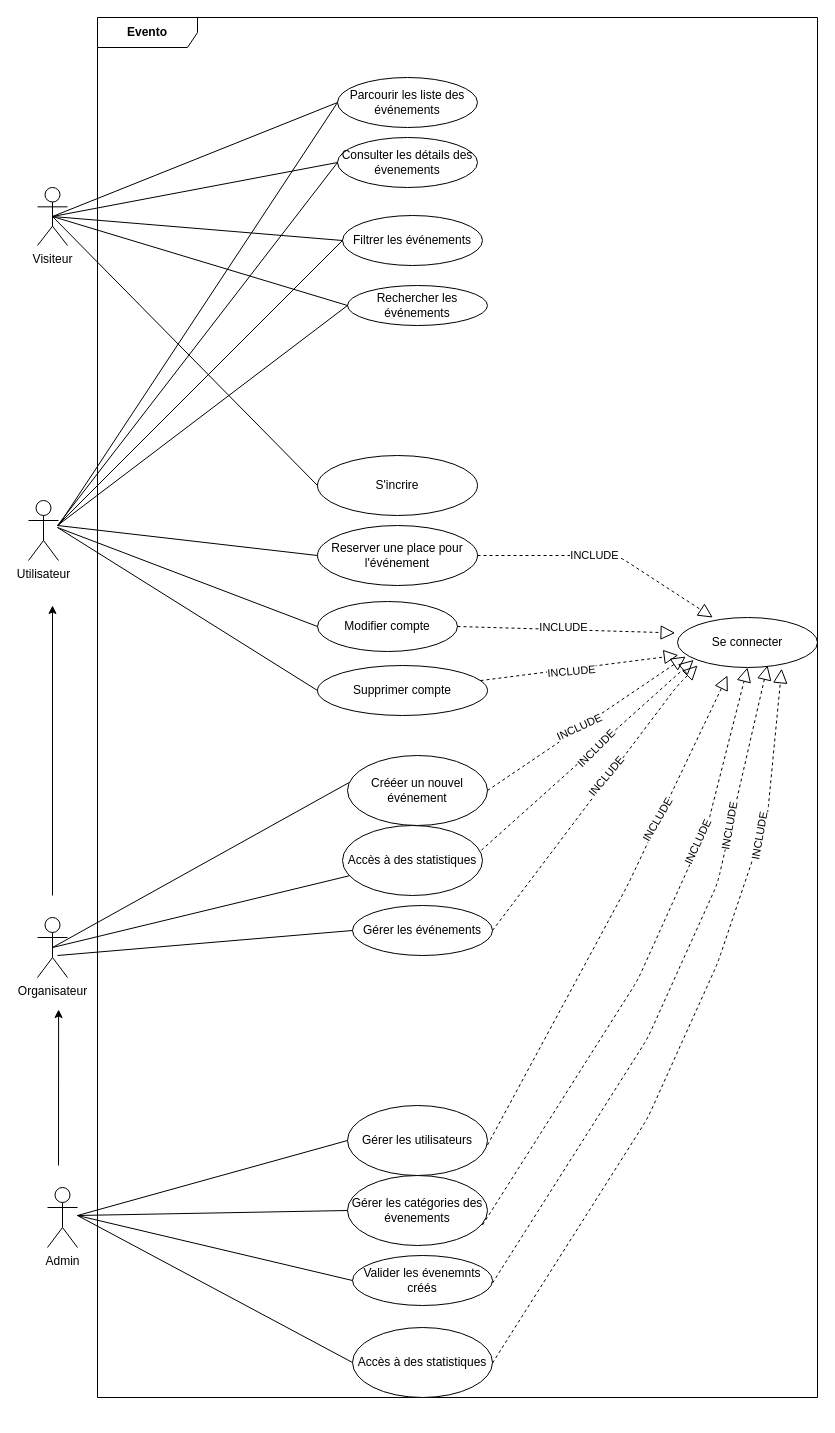
The draw.io diagram Conception/DiagrammeDeCasDutilisations.drawio in salekelfahim/Evento, before the edit. Source tidied: cells renumbered, new cells numbered last; positions are measured from the earlier drawing's top-left corner, leaving out a move shared by most shapes. Both pictures are drawn from the tidied source at 100%, with x=0, y=0 at pixel (28, 17).
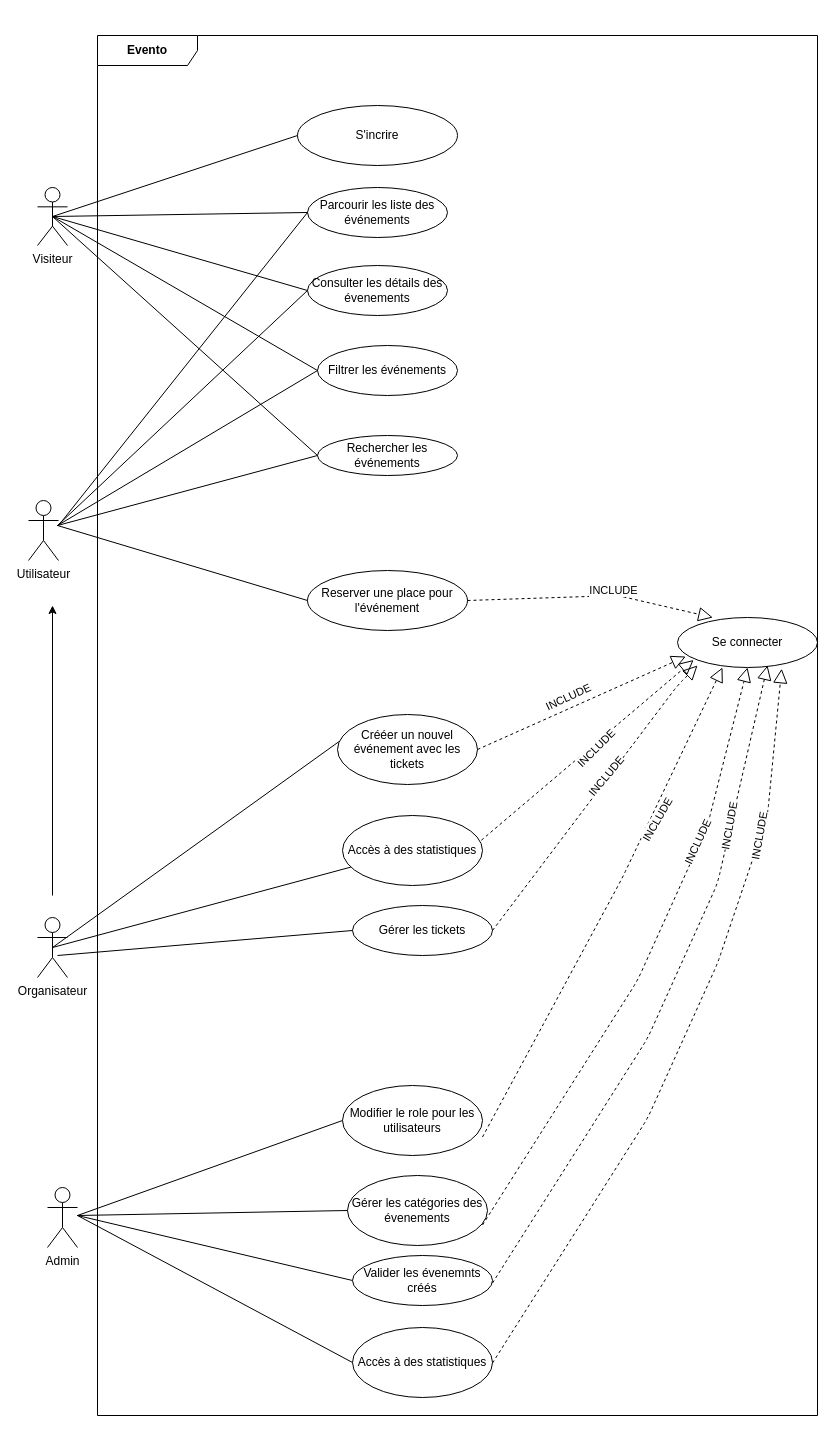
The same diagram, later.

Unchanged cells that the change refers to:
```xml
<mxCell id="7" value="Se connecter" style="ellipse;whiteSpace=wrap;html=1;" parent="1" vertex="1">
  <mxGeometry x="649" y="600" width="140" height="50" as="geometry" />
</mxCell>
```

Diff of the diagram source:
```diff
@@
     <mxCell id="3" value="Parcourir les liste des événements" style="ellipse;whiteSpace=wrap;html=1;" parent="1" vertex="1">
-      <mxGeometry x="309" y="60" width="140" height="50" as="geometry" />
+      <mxGeometry x="279" y="170" width="140" height="50" as="geometry" />
     </mxCell>
     <mxCell id="4" value="Consulter les détails des évenements" style="ellipse;whiteSpace=wrap;html=1;" parent="1" vertex="1">
-      <mxGeometry x="309" y="120" width="140" height="50" as="geometry" />
+      <mxGeometry x="279" y="248" width="140" height="50" as="geometry" />
     </mxCell>
-    <mxCell id="5" value="Gérer les événements" style="ellipse;whiteSpace=wrap;html=1;" parent="1" vertex="1">
+    <mxCell id="5" value="Gérer les tickets" style="ellipse;whiteSpace=wrap;html=1;" parent="1" vertex="1">
       <mxGeometry x="324" y="888" width="140" height="50" as="geometry" />
     </mxCell>
     <mxCell id="6" value="Filtrer les événements" style="ellipse;whiteSpace=wrap;html=1;" parent="1" vertex="1">
-      <mxGeometry x="314" y="198" width="140" height="50" as="geometry" />
+      <mxGeometry x="289" y="328" width="140" height="50" as="geometry" />
     </mxCell>
@@
     <mxCell id="9" value="Rechercher les événements" style="ellipse;whiteSpace=wrap;html=1;" parent="1" vertex="1">
-      <mxGeometry x="319" y="268" width="140" height="40" as="geometry" />
+      <mxGeometry x="289" y="418" width="140" height="40" as="geometry" />
     </mxCell>
     <mxCell id="10" value="Reserver une place pour l'événement" style="ellipse;whiteSpace=wrap;html=1;" parent="1" vertex="1">
-      <mxGeometry x="289" y="508" width="160" height="60" as="geometry" />
+      <mxGeometry x="279" y="553" width="160" height="60" as="geometry" />
     </mxCell>
-    <mxCell id="11" value="Modifier compte" style="ellipse;whiteSpace=wrap;html=1;" parent="1" vertex="1">
-      <mxGeometry x="289" y="584" width="140" height="50" as="geometry" />
-    </mxCell>
-    <mxCell id="12" value="Supprimer compte" style="ellipse;whiteSpace=wrap;html=1;" parent="1" vertex="1">
-      <mxGeometry x="289" y="648" width="170" height="50" as="geometry" />
-    </mxCell>
@@
-    <mxCell id="14" value="Crééer un nouvel événement" style="ellipse;whiteSpace=wrap;html=1;" parent="1" vertex="1">
-      <mxGeometry x="319" y="738" width="140" height="70" as="geometry" />
+    <mxCell id="14" value="Crééer un nouvel événement avec les tickets" style="ellipse;whiteSpace=wrap;html=1;" parent="1" vertex="1">
+      <mxGeometry x="309" y="697" width="140" height="70" as="geometry" />
     </mxCell>
     <mxCell id="15" value="Accès à des statistiques" style="ellipse;whiteSpace=wrap;html=1;" parent="1" vertex="1">
-      <mxGeometry x="314" y="808" width="140" height="70" as="geometry" />
+      <mxGeometry x="314" y="798" width="140" height="70" as="geometry" />
     </mxCell>
@@
-    <mxCell id="18" style="endArrow=none;html=1;entryX=0;entryY=0.5;entryDx=0;entryDy=0;" parent="1" edge="1" target="11">
-      <mxGeometry relative="1" as="geometry">
-        <mxPoint x="29" y="510" as="sourcePoint" />
-      </mxGeometry>
-    </mxCell>
-    <mxCell id="19" style="endArrow=none;html=1;entryX=0;entryY=0.5;entryDx=0;entryDy=0;" parent="1" edge="1" target="12">
-      <mxGeometry relative="1" as="geometry">
-        <mxPoint x="29" y="510" as="sourcePoint" />
-      </mxGeometry>
-    </mxCell>
@@
     <mxCell id="27" style="endArrow=block;dashed=1;endFill=0;endSize=12;html=1;exitX=1;exitY=0.5;exitDx=0;exitDy=0;" parent="1" edge="1" source="10">
       <mxGeometry relative="1" as="geometry">
         <mxPoint x="684.3" y="600" as="targetPoint" />
         <Array as="points">
-          <mxPoint x="589" y="538" />
+          <mxPoint x="589" y="578" />
         </Array>
       </mxGeometry>
     </mxCell>
-    <mxCell id="28" style="endArrow=block;dashed=1;endFill=0;endSize=12;html=1;exitX=1;exitY=0.5;exitDx=0;exitDy=0;entryX=-0.017;entryY=0.309;entryDx=0;entryDy=0;entryPerimeter=0;" parent="1" edge="1" source="11" target="7">
-      <mxGeometry relative="1" as="geometry" />
-    </mxCell>
-    <mxCell id="29" style="endArrow=block;dashed=1;endFill=0;endSize=12;html=1;entryX=0.006;entryY=0.754;entryDx=0;entryDy=0;entryPerimeter=0;" parent="1" edge="1" source="12" target="7">
-      <mxGeometry relative="1" as="geometry" />
-    </mxCell>
@@
     <mxCell id="33" value="Evento" style="shape=umlFrame;whiteSpace=wrap;html=1;width=100;height=30;fontStyle=1;" parent="1" vertex="1">
-      <mxGeometry x="69" width="720" height="1380" as="geometry" />
+      <mxGeometry x="69" y="18" width="720" height="1380" as="geometry" />
     </mxCell>
@@
-    <mxCell id="35" style="endArrow=classic;html=1;" parent="1" edge="1">
-      <mxGeometry relative="1" as="geometry">
-        <mxPoint x="30" y="1148" as="sourcePoint" />
-        <mxPoint x="30.1" y="992" as="targetPoint" />
-      </mxGeometry>
-    </mxCell>
@@
-    <mxCell id="37" value="Gérer les utilisateurs" style="ellipse;whiteSpace=wrap;html=1;" parent="1" vertex="1">
-      <mxGeometry x="319" y="1088" width="140" height="70" as="geometry" />
+    <mxCell id="37" value="Modifier le role pour les utilisateurs" style="ellipse;whiteSpace=wrap;html=1;" parent="1" vertex="1">
+      <mxGeometry x="314" y="1068" width="140" height="70" as="geometry" />
     </mxCell>
@@
     <mxCell id="44" style="endArrow=block;dashed=1;endFill=0;endSize=12;html=1;exitX=1;exitY=0.5;exitDx=0;exitDy=0;" parent="1" edge="1">
       <mxGeometry relative="1" as="geometry">
-        <mxPoint x="459" y="1127.5" as="sourcePoint" />
-        <mxPoint x="699" y="658" as="targetPoint" />
+        <mxPoint x="454" y="1119.5" as="sourcePoint" />
+        <mxPoint x="694" y="650" as="targetPoint" />
         <Array as="points">
-          <mxPoint x="599" y="868" />
+          <mxPoint x="594" y="860" />
         </Array>
       </mxGeometry>
     </mxCell>
@@
     <mxCell id="48" value="INCLUDE" style="edgeLabel;html=1;align=center;verticalAlign=middle;rotation=0;" parent="1" vertex="1">
-      <mxGeometry x="580" y="553" as="geometry">
+      <mxGeometry x="599" y="588" as="geometry">
         <mxPoint x="-14.8" y="-15.7" as="offset" />
       </mxGeometry>
     </mxCell>
-    <mxCell id="49" value="INCLUDE" style="edgeLabel;html=1;align=center;verticalAlign=middle;rotation=-5;" parent="1" vertex="1">
-      <mxGeometry x="559" y="668" as="geometry">
-        <mxPoint x="-14.8" y="-15.7" as="offset" />
-      </mxGeometry>
-    </mxCell>
-    <mxCell id="50" value="INCLUDE" style="edgeLabel;html=1;align=center;verticalAlign=middle;rotation=0;" parent="1" vertex="1">
-      <mxGeometry x="549" y="625" as="geometry">
-        <mxPoint x="-14.8" y="-15.7" as="offset" />
-      </mxGeometry>
-    </mxCell>
     <mxCell id="51" value="INCLUDE" style="edgeLabel;html=1;align=center;verticalAlign=middle;rotation=-25;" parent="1" vertex="1">
-      <mxGeometry x="570" y="718" as="geometry">
+      <mxGeometry x="559" y="688" as="geometry">
         <mxPoint x="-14.8" y="-15.7" as="offset" />
       </mxGeometry>
     </mxCell>
@@
     <mxCell id="58" value="S'incrire" style="ellipse;whiteSpace=wrap;html=1;" parent="1" vertex="1">
-      <mxGeometry x="289" y="438" width="160" height="60" as="geometry" />
+      <mxGeometry x="269" y="88" width="160" height="60" as="geometry" />
     </mxCell>
```
